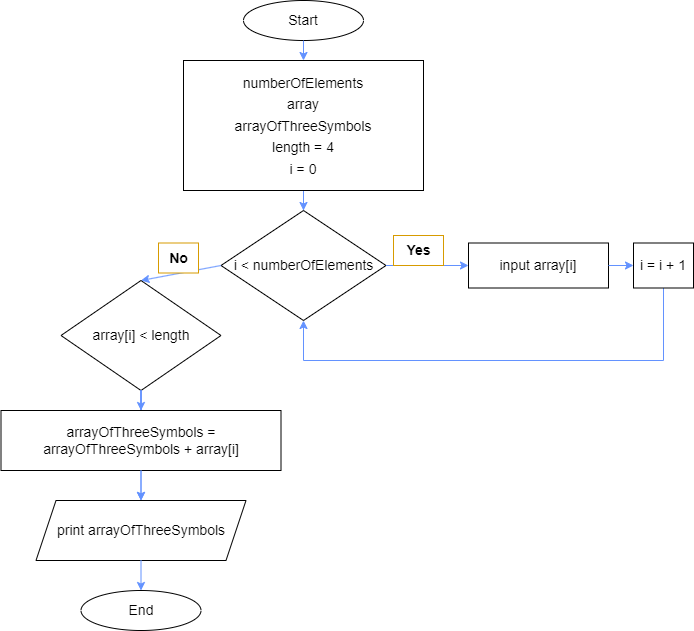
This is block_diagram_three_symbols.png from ElenaTi/IT-Kontrolnaya, a draw.io export, as it was before one commit. Source tidied: cells renumbered, new cells last; positions are measured from the earlier drawing's top-left corner, leaving out a move shared by most shapes. Source of this version:
```xml
<mxGraphModel>
  <root>
    <mxCell id="0" />
    <mxCell id="1" parent="0" />
    <mxCell id="2" value="&lt;font style=&quot;font-size: 14px;&quot;&gt;Start&lt;/font&gt;" style="ellipse;whiteSpace=wrap;html=1;" parent="1" vertex="1">
      <mxGeometry x="242" width="120" height="40" as="geometry" />
    </mxCell>
    <mxCell id="3" style="edgeStyle=orthogonalEdgeStyle;rounded=0;jettySize=auto;html=1;fontSize=14;strokeColor=#6392FF;" parent="1" edge="1" source="4" target="5">
      <mxGeometry relative="1" as="geometry" />
    </mxCell>
    <mxCell id="4" value="&lt;font style=&quot;font-size: 14px;&quot;&gt;numberOfElements&lt;br&gt;array&lt;br&gt;arrayOfThreeSymbols&lt;br&gt;length = 4&lt;br&gt;i = 0&lt;br&gt;&lt;/font&gt;" style="rounded=0;whiteSpace=wrap;html=1;fontSize=18;" parent="1" vertex="1">
      <mxGeometry x="182" y="60" width="240" height="130" as="geometry" />
    </mxCell>
    <mxCell id="5" value="i &amp;lt; numberOfElements" style="rhombus;whiteSpace=wrap;html=1;fontSize=14;" parent="1" vertex="1">
      <mxGeometry x="219.5" y="210" width="165" height="110" as="geometry" />
    </mxCell>
    <mxCell id="6" value="input array[i]" style="rounded=0;whiteSpace=wrap;html=1;fontSize=14;" parent="1" vertex="1">
      <mxGeometry x="467" y="242.5" width="140" height="45" as="geometry" />
    </mxCell>
    <mxCell id="7" style="edgeStyle=orthogonalEdgeStyle;rounded=0;jettySize=auto;html=1;fontColor=#000000;strokeColor=#6392FF;" parent="1" edge="1" source="8" target="11">
      <mxGeometry relative="1" as="geometry" />
    </mxCell>
    <mxCell id="8" value="array[i] &amp;lt; length" style="rhombus;whiteSpace=wrap;html=1;fontSize=14;" parent="1" vertex="1">
      <mxGeometry x="59.5" y="280" width="160" height="110" as="geometry" />
    </mxCell>
    <mxCell id="9" style="edgeStyle=orthogonalEdgeStyle;rounded=0;jettySize=auto;html=1;fontSize=14;entryX=0.5;entryY=0;entryDx=0;entryDy=0;strokeColor=#6392FF;" parent="1" edge="1" source="8" target="10">
      <mxGeometry relative="1" as="geometry" />
    </mxCell>
    <mxCell id="10" value="arrayOfThreeSymbols = arrayOfThreeSymbols + array[i]" style="rounded=0;whiteSpace=wrap;html=1;fontSize=14;" parent="1" vertex="1">
      <mxGeometry x="-0.5" y="410" width="280" height="60" as="geometry" />
    </mxCell>
    <mxCell id="11" value="print arrayOfThreeSymbols" style="shape=parallelogram;perimeter=parallelogramPerimeter;whiteSpace=wrap;html=1;fixedSize=1;fontSize=14;" parent="1" vertex="1">
      <mxGeometry x="34.5" y="500" width="210" height="60" as="geometry" />
    </mxCell>
    <mxCell id="12" value="End" style="ellipse;whiteSpace=wrap;html=1;fontSize=14;" parent="1" vertex="1">
      <mxGeometry x="79.5" y="590" width="120" height="40" as="geometry" />
    </mxCell>
    <mxCell id="13" style="endArrow=classic;html=1;rounded=0;fontSize=14;exitX=0.5;exitY=1;exitDx=0;exitDy=0;strokeColor=#6392FF;" parent="1" edge="1" source="2" target="4">
      <mxGeometry relative="1" as="geometry" />
    </mxCell>
    <mxCell id="14" style="edgeStyle=orthogonalEdgeStyle;rounded=0;jettySize=auto;html=1;fontSize=14;entryX=0;entryY=0.5;entryDx=0;entryDy=0;exitX=1;exitY=0.5;exitDx=0;exitDy=0;strokeColor=#6392FF;" parent="1" edge="1" source="5" target="6">
      <mxGeometry relative="1" as="geometry" />
    </mxCell>
    <mxCell id="15" value="&lt;b&gt;Yes&lt;/b&gt;" style="text;html=1;align=center;verticalAlign=middle;strokeColor=#d79b00;fillColor=#FFFFFF;fontSize=14;" parent="1" vertex="1">
      <mxGeometry x="392" y="235" width="50" height="30" as="geometry" />
    </mxCell>
    <mxCell id="16" style="endArrow=classic;html=1;rounded=0;fontSize=14;exitX=0.5;exitY=1;exitDx=0;exitDy=0;entryX=0.5;entryY=1;entryDx=0;entryDy=0;strokeColor=#6392FF;" parent="1" edge="1" source="21" target="5">
      <mxGeometry relative="1" as="geometry">
        <Array as="points">
          <mxPoint x="662" y="360" />
          <mxPoint x="302" y="360" />
        </Array>
      </mxGeometry>
    </mxCell>
    <mxCell id="17" style="endArrow=classic;html=1;rounded=0;fontSize=14;entryX=0.5;entryY=0;entryDx=0;entryDy=0;exitX=0;exitY=0.5;exitDx=0;exitDy=0;strokeColor=#6392FF;" parent="1" edge="1" source="5" target="8">
      <mxGeometry relative="1" as="geometry" />
    </mxCell>
    <mxCell id="18" value="&lt;b&gt;No&lt;/b&gt;" style="text;html=1;align=center;verticalAlign=middle;strokeColor=#d79b00;fillColor=#FFFFFF;fontSize=14;" parent="1" vertex="1">
      <mxGeometry x="157" y="242.5" width="40" height="30" as="geometry" />
    </mxCell>
    <mxCell id="19" style="endArrow=classic;html=1;rounded=0;fontSize=14;exitX=0.5;exitY=1;exitDx=0;exitDy=0;entryX=0.5;entryY=0;entryDx=0;entryDy=0;strokeColor=#6392FF;" parent="1" edge="1" source="10" target="11">
      <mxGeometry relative="1" as="geometry" />
    </mxCell>
    <mxCell id="20" style="endArrow=classic;html=1;rounded=0;fontSize=14;exitX=0.5;exitY=1;exitDx=0;exitDy=0;entryX=0.5;entryY=0;entryDx=0;entryDy=0;strokeColor=#6392FF;" parent="1" edge="1" source="11" target="12">
      <mxGeometry relative="1" as="geometry" />
    </mxCell>
    <mxCell id="21" value="i = i + 1" style="rounded=0;whiteSpace=wrap;html=1;fontSize=14;" parent="1" vertex="1">
      <mxGeometry x="632" y="242.5" width="60" height="45" as="geometry" />
    </mxCell>
    <mxCell id="22" style="endArrow=classic;html=1;rounded=0;fontSize=14;exitX=1;exitY=0.5;exitDx=0;exitDy=0;strokeColor=#6392FF;" parent="1" edge="1" source="6">
      <mxGeometry relative="1" as="geometry">
        <mxPoint x="632" y="265" as="targetPoint" />
      </mxGeometry>
    </mxCell>
  </root>
</mxGraphModel>
```
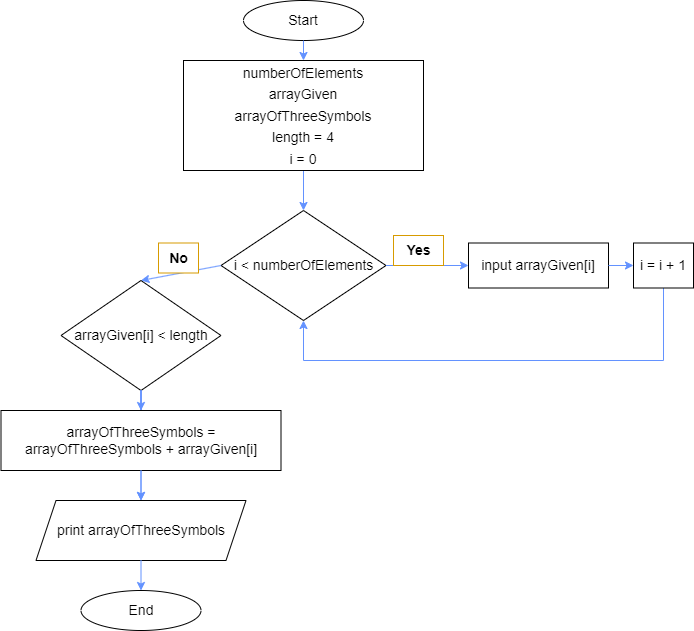
The same diagram one commit later.

Commit message:
исправлена блок-схема

Change to the diagram source:
```diff
@@ -8,25 +8,25 @@
     <mxCell id="3" style="edgeStyle=orthogonalEdgeStyle;rounded=0;jettySize=auto;html=1;fontSize=14;strokeColor=#6392FF;" parent="1" edge="1" source="4" target="5">
       <mxGeometry relative="1" as="geometry" />
     </mxCell>
-    <mxCell id="4" value="&lt;font style=&quot;font-size: 14px;&quot;&gt;numberOfElements&lt;br&gt;array&lt;br&gt;arrayOfThreeSymbols&lt;br&gt;length = 4&lt;br&gt;i = 0&lt;br&gt;&lt;/font&gt;" style="rounded=0;whiteSpace=wrap;html=1;fontSize=18;" parent="1" vertex="1">
-      <mxGeometry x="182" y="60" width="240" height="130" as="geometry" />
+    <mxCell id="4" value="&lt;font style=&quot;font-size: 14px;&quot;&gt;numberOfElements&lt;br&gt;arrayGiven&lt;br&gt;arrayOfThreeSymbols&lt;br&gt;length = 4&lt;br&gt;i = 0&lt;br&gt;&lt;/font&gt;" style="rounded=0;whiteSpace=wrap;html=1;fontSize=18;" parent="1" vertex="1">
+      <mxGeometry x="182" y="60" width="240" height="110" as="geometry" />
     </mxCell>
     <mxCell id="5" value="i &amp;lt; numberOfElements" style="rhombus;whiteSpace=wrap;html=1;fontSize=14;" parent="1" vertex="1">
       <mxGeometry x="219.5" y="210" width="165" height="110" as="geometry" />
     </mxCell>
-    <mxCell id="6" value="input array[i]" style="rounded=0;whiteSpace=wrap;html=1;fontSize=14;" parent="1" vertex="1">
+    <mxCell id="6" value="input arrayGiven[i]" style="rounded=0;whiteSpace=wrap;html=1;fontSize=14;" parent="1" vertex="1">
       <mxGeometry x="467" y="242.5" width="140" height="45" as="geometry" />
     </mxCell>
     <mxCell id="7" style="edgeStyle=orthogonalEdgeStyle;rounded=0;jettySize=auto;html=1;fontColor=#000000;strokeColor=#6392FF;" parent="1" edge="1" source="8" target="11">
       <mxGeometry relative="1" as="geometry" />
     </mxCell>
-    <mxCell id="8" value="array[i] &amp;lt; length" style="rhombus;whiteSpace=wrap;html=1;fontSize=14;" parent="1" vertex="1">
+    <mxCell id="8" value="arrayGiven[i] &amp;lt; length" style="rhombus;whiteSpace=wrap;html=1;fontSize=14;" parent="1" vertex="1">
       <mxGeometry x="59.5" y="280" width="160" height="110" as="geometry" />
     </mxCell>
     <mxCell id="9" style="edgeStyle=orthogonalEdgeStyle;rounded=0;jettySize=auto;html=1;fontSize=14;entryX=0.5;entryY=0;entryDx=0;entryDy=0;strokeColor=#6392FF;" parent="1" edge="1" source="8" target="10">
       <mxGeometry relative="1" as="geometry" />
     </mxCell>
-    <mxCell id="10" value="arrayOfThreeSymbols = arrayOfThreeSymbols + array[i]" style="rounded=0;whiteSpace=wrap;html=1;fontSize=14;" parent="1" vertex="1">
+    <mxCell id="10" value="arrayOfThreeSymbols = arrayOfThreeSymbols + arrayGiven[i]" style="rounded=0;whiteSpace=wrap;html=1;fontSize=14;" parent="1" vertex="1">
       <mxGeometry x="-0.5" y="410" width="280" height="60" as="geometry" />
     </mxCell>
     <mxCell id="11" value="print arrayOfThreeSymbols" style="shape=parallelogram;perimeter=parallelogramPerimeter;whiteSpace=wrap;html=1;fixedSize=1;fontSize=14;" parent="1" vertex="1">
```
